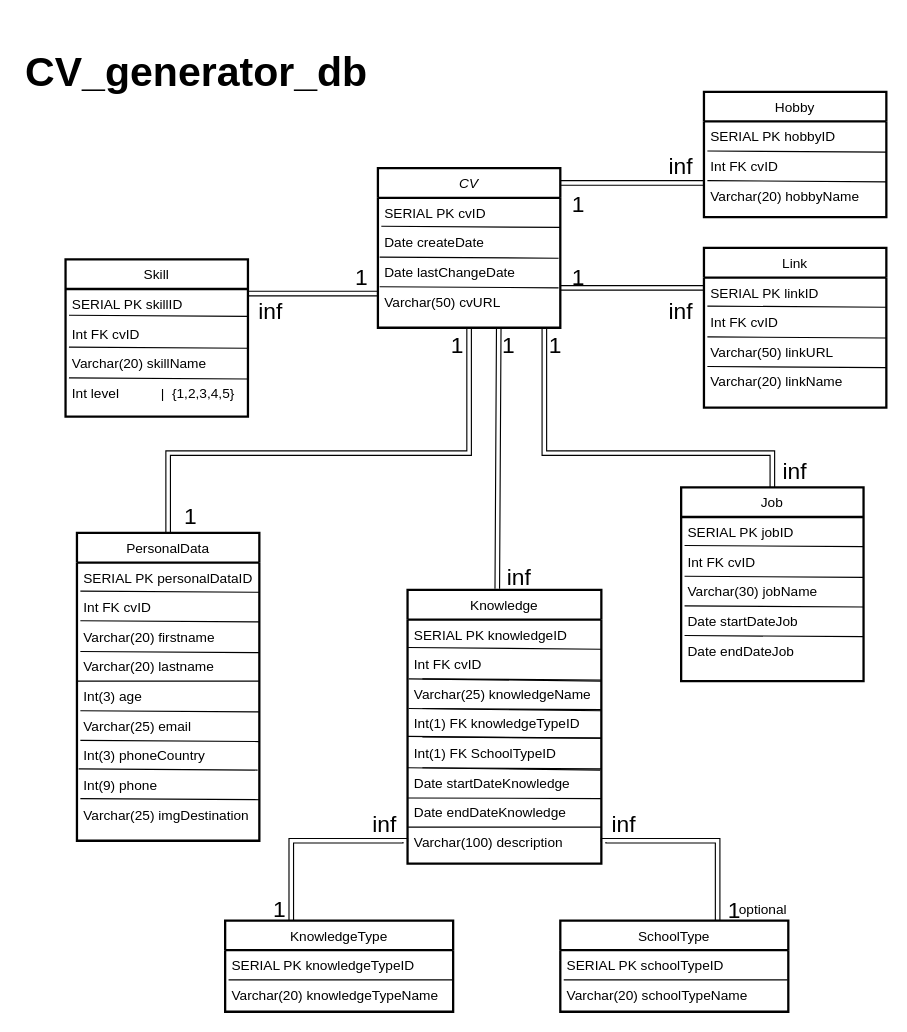
Above: database/db_diagram.drawio in MgK720/CV_generator (draw.io), before the change. Source tidied: cells renumbered, new cells numbered last; positions are measured from the earlier drawing's top-left corner, leaving out a move shared by most shapes. Both pictures are drawn from the tidied source at 114%, with x=0, y=0 at pixel (19, 31).
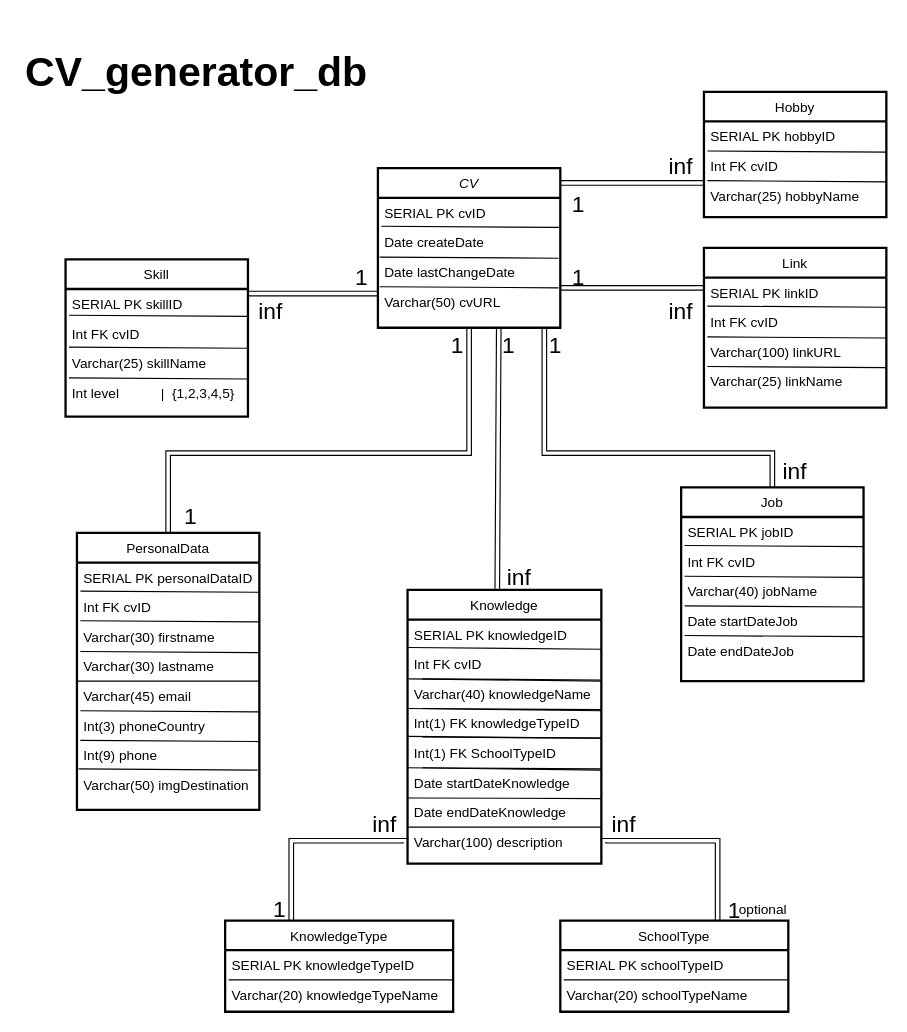
Above is the later version.

The change refers to these unchanged cells:
```xml
<mxCell id="10" value="Skill" style="swimlane;fontStyle=0;align=center;verticalAlign=top;horizontal=1;startSize=26;rounded=0;shadow=0;strokeWidth=2;" parent="1" vertex="1">
  <mxGeometry x="40" y="200" width="160" height="138" as="geometry" />
</mxCell>
<mxCell id="18" value="Link" style="swimlane;fontStyle=0;align=center;verticalAlign=top;horizontal=1;startSize=26;rounded=0;shadow=0;strokeWidth=2;" parent="1" vertex="1">
  <mxGeometry x="600" y="190" width="160" height="140" as="geometry" />
</mxCell>
<mxCell id="53" value="Knowledge" style="swimlane;fontStyle=0;align=center;verticalAlign=top;horizontal=1;startSize=26;rounded=0;shadow=0;strokeWidth=2;" parent="1" vertex="1">
  <mxGeometry x="340" y="490" width="170" height="240" as="geometry" />
</mxCell>
<mxCell id="77" value="Job" style="swimlane;fontStyle=0;align=center;verticalAlign=top;horizontal=1;startSize=26;rounded=0;shadow=0;strokeWidth=2;" parent="1" vertex="1">
  <mxGeometry x="580" y="400" width="160" height="170" as="geometry" />
</mxCell>
<mxCell id="106" value="Hobby" style="swimlane;fontStyle=0;align=center;verticalAlign=top;horizontal=1;startSize=26;rounded=0;shadow=0;strokeWidth=2;" parent="1" vertex="1">
  <mxGeometry x="600" y="53" width="160" height="110" as="geometry" />
</mxCell>
```

The edit, as a diff of the source:
```diff
@@
-    <mxCell id="14" value="Varchar(20) skillName" style="text;align=left;verticalAlign=top;spacingLeft=4;spacingRight=4;overflow=hidden;rounded=0;shadow=0;html=0;" parent="10" vertex="1">
+    <mxCell id="14" value="Varchar(25) skillName" style="text;align=left;verticalAlign=top;spacingLeft=4;spacingRight=4;overflow=hidden;rounded=0;shadow=0;html=0;" parent="10" vertex="1">
       <mxGeometry y="78" width="160" height="26" as="geometry" />
     </mxCell>
@@
-    <mxCell id="23" value="Varchar(50) linkURL" style="text;align=left;verticalAlign=top;spacingLeft=4;spacingRight=4;overflow=hidden;" parent="18" vertex="1">
+    <mxCell id="23" value="Varchar(100) linkURL" style="text;align=left;verticalAlign=top;spacingLeft=4;spacingRight=4;overflow=hidden;" parent="18" vertex="1">
       <mxGeometry y="78" width="160" height="26" as="geometry" />
     </mxCell>
@@
-    <mxCell id="25" value="Varchar(20) linkName" style="text;align=left;verticalAlign=top;spacingLeft=4;spacingRight=4;overflow=hidden;" parent="18" vertex="1">
+    <mxCell id="25" value="Varchar(25) linkName" style="text;align=left;verticalAlign=top;spacingLeft=4;spacingRight=4;overflow=hidden;" parent="18" vertex="1">
       <mxGeometry y="104" width="160" height="26" as="geometry" />
     </mxCell>
@@
     <mxCell id="27" value="PersonalData" style="swimlane;fontStyle=0;align=center;verticalAlign=top;horizontal=1;startSize=26;rounded=0;shadow=0;strokeWidth=2;" parent="1" vertex="1">
-      <mxGeometry x="50" y="440" width="160" height="270" as="geometry" />
+      <mxGeometry x="50" y="440" width="160" height="243" as="geometry" />
     </mxCell>
@@
-    <mxCell id="32" value="Varchar(20) firstname" style="text;align=left;verticalAlign=top;spacingLeft=4;spacingRight=4;overflow=hidden;rounded=0;shadow=0;html=0;" parent="27" vertex="1">
+    <mxCell id="32" value="Varchar(30) firstname" style="text;align=left;verticalAlign=top;spacingLeft=4;spacingRight=4;overflow=hidden;rounded=0;shadow=0;html=0;" parent="27" vertex="1">
       <mxGeometry y="78" width="160" height="26" as="geometry" />
     </mxCell>
@@
-    <mxCell id="34" value="Varchar(20) lastname" style="text;align=left;verticalAlign=top;spacingLeft=4;spacingRight=4;overflow=hidden;rounded=0;shadow=0;html=0;" parent="27" vertex="1">
+    <mxCell id="34" value="Varchar(30) lastname" style="text;align=left;verticalAlign=top;spacingLeft=4;spacingRight=4;overflow=hidden;rounded=0;shadow=0;html=0;" parent="27" vertex="1">
       <mxGeometry y="104" width="160" height="26" as="geometry" />
     </mxCell>
-    <mxCell id="35" value="Int(3) age" style="text;align=left;verticalAlign=top;spacingLeft=4;spacingRight=4;overflow=hidden;rounded=0;shadow=0;html=0;" parent="27" vertex="1">
-      <mxGeometry y="130" width="160" height="26" as="geometry" />
-    </mxCell>
@@
-    <mxCell id="37" value="Varchar(25) email " style="text;align=left;verticalAlign=top;spacingLeft=4;spacingRight=4;overflow=hidden;rounded=0;shadow=0;html=0;" parent="27" vertex="1">
-      <mxGeometry y="156" width="160" height="26" as="geometry" />
+    <mxCell id="37" value="Varchar(45) email " style="text;align=left;verticalAlign=top;spacingLeft=4;spacingRight=4;overflow=hidden;rounded=0;shadow=0;html=0;" parent="27" vertex="1">
+      <mxGeometry y="130" width="160" height="26" as="geometry" />
     </mxCell>
@@
     <mxCell id="39" value="Int(3) phoneCountry" style="text;align=left;verticalAlign=top;spacingLeft=4;spacingRight=4;overflow=hidden;rounded=0;shadow=0;html=0;" parent="27" vertex="1">
-      <mxGeometry y="182" width="160" height="26" as="geometry" />
+      <mxGeometry y="156" width="160" height="26" as="geometry" />
     </mxCell>
@@
     <mxCell id="41" value="Int(9) phone&#10;" style="text;align=left;verticalAlign=top;spacingLeft=4;spacingRight=4;overflow=hidden;rounded=0;shadow=0;html=0;" parent="27" vertex="1">
-      <mxGeometry y="208" width="160" height="26" as="geometry" />
+      <mxGeometry y="182" width="160" height="26" as="geometry" />
     </mxCell>
-    <mxCell id="42" style="endArrow=none;html=1;rounded=0;entryX=0.019;entryY=-0.115;entryDx=0;entryDy=0;entryPerimeter=0;exitX=0.167;exitY=0.667;exitDx=0;exitDy=0;exitPerimeter=0;" parent="27" edge="1">
-      <mxGeometry relative="1" as="geometry">
-        <mxPoint x="160" y="234" as="sourcePoint" />
-        <mxPoint x="3" y="233" as="targetPoint" />
-      </mxGeometry>
-    </mxCell>
-    <mxCell id="43" value="Varchar(25) imgDestination " style="text;align=left;verticalAlign=top;spacingLeft=4;spacingRight=4;overflow=hidden;rounded=0;shadow=0;html=0;" parent="27" vertex="1">
-      <mxGeometry y="234" width="160" height="26" as="geometry" />
+    <mxCell id="43" value="Varchar(50) imgDestination " style="text;align=left;verticalAlign=top;spacingLeft=4;spacingRight=4;overflow=hidden;rounded=0;shadow=0;html=0;" parent="27" vertex="1">
+      <mxGeometry y="208" width="160" height="26" as="geometry" />
     </mxCell>
@@
-    <mxCell id="59" value="Varchar(25) knowledgeName" style="text;align=left;verticalAlign=top;spacingLeft=4;spacingRight=4;overflow=hidden;rounded=0;shadow=0;html=0;" parent="53" vertex="1">
+    <mxCell id="59" value="Varchar(40) knowledgeName" style="text;align=left;verticalAlign=top;spacingLeft=4;spacingRight=4;overflow=hidden;rounded=0;shadow=0;html=0;" parent="53" vertex="1">
       <mxGeometry y="78" width="170" height="26" as="geometry" />
     </mxCell>
@@
-    <mxCell id="82" value="Varchar(30) jobName" style="text;align=left;verticalAlign=top;spacingLeft=4;spacingRight=4;overflow=hidden;" parent="77" vertex="1">
+    <mxCell id="82" value="Varchar(40) jobName" style="text;align=left;verticalAlign=top;spacingLeft=4;spacingRight=4;overflow=hidden;" parent="77" vertex="1">
       <mxGeometry y="78" width="160" height="26" as="geometry" />
     </mxCell>
@@
-    <mxCell id="111" value="Varchar(20) hobbyName" style="text;align=left;verticalAlign=top;spacingLeft=4;spacingRight=4;overflow=hidden;rounded=0;shadow=0;html=0;" parent="106" vertex="1">
+    <mxCell id="111" value="Varchar(25) hobbyName" style="text;align=left;verticalAlign=top;spacingLeft=4;spacingRight=4;overflow=hidden;rounded=0;shadow=0;html=0;" parent="106" vertex="1">
       <mxGeometry y="78" width="160" height="26" as="geometry" />
     </mxCell>
```
